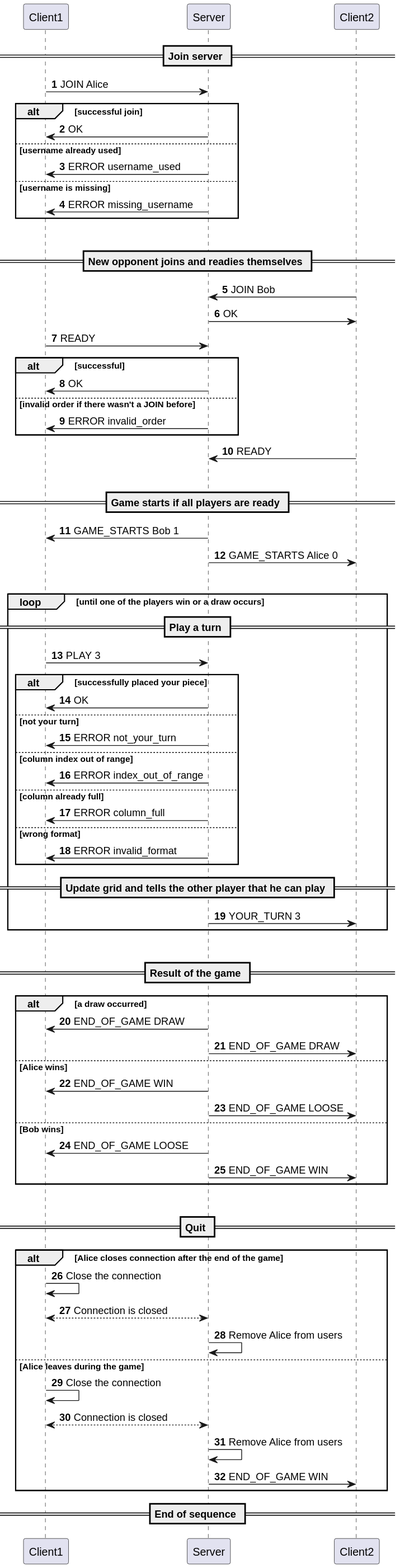
Tigid0u/connect-4 keeps this PlantUML diagram as docs/appProtocol/diag_protocol.svg. Above is the earlier version.
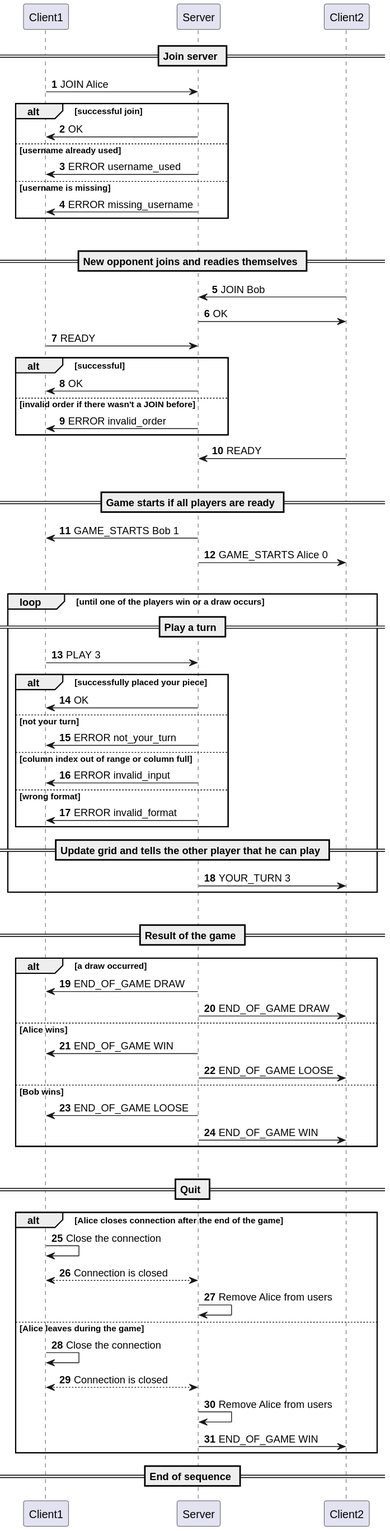
After the change.

Change to the diagram source:
```diff
@@ -61,13 +61,9 @@
 
         Server -> Client1: ERROR not_your_turn
 
-    else column index out of range
+    else column index out of range or column full
 
-        Server -> Client1: ERROR index_out_of_range
-
-    else column already full
-
-        Server -> Client1: ERROR column_full
+        Server -> Client1: ERROR invalid_input
 
     else wrong format
 
```
